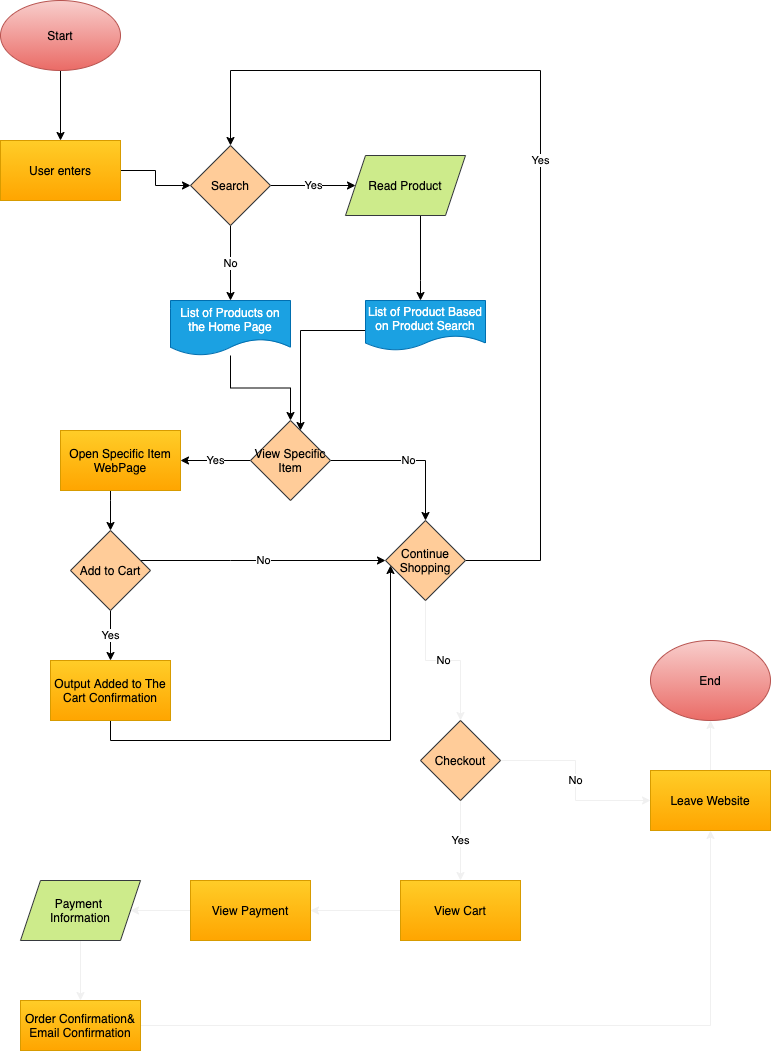
DerekZi/sp21-cse110-lab4 keeps this draw.io diagram as part2/part2.drawio.png. Above is the earlier version. Source tidied: cells renumbered, new cells last; positions are measured from the earlier drawing's top-left corner, leaving out a move shared by most shapes.
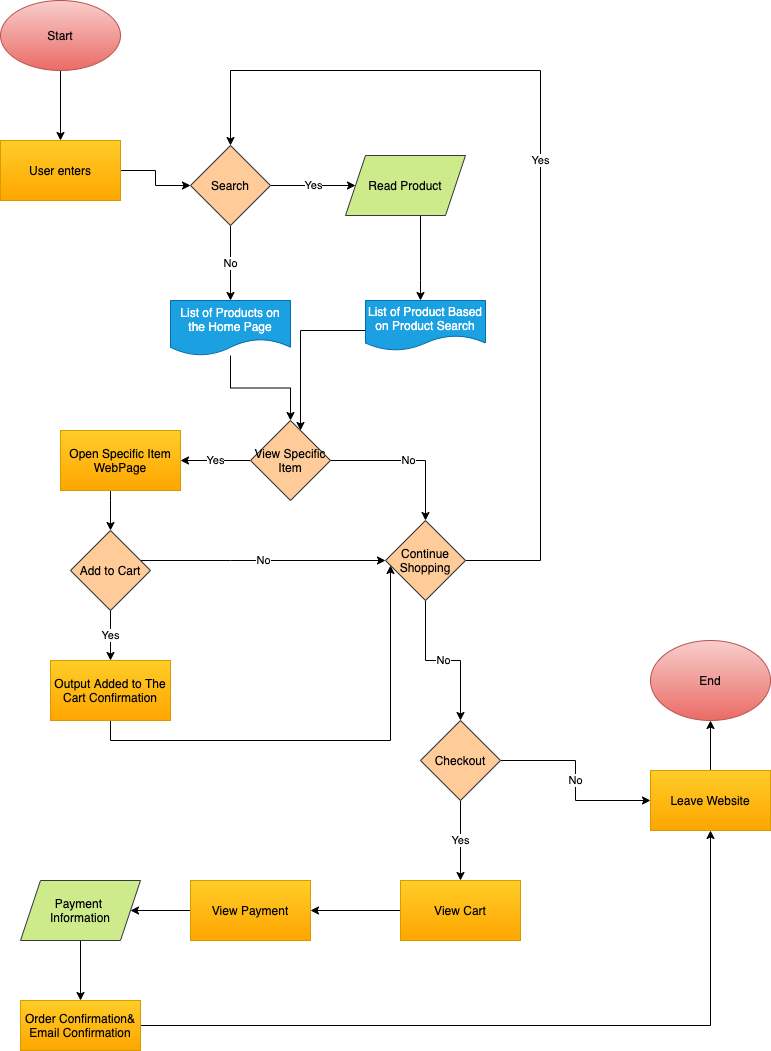
After the commit.

What changed in the source:
```diff
@@ -73,7 +73,7 @@
         </Array>
       </mxGeometry>
     </mxCell>
-    <mxCell id="19" value="No" style="edgeStyle=orthogonalEdgeStyle;rounded=0;jettySize=auto;html=1;exitX=0.5;exitY=1;exitDx=0;exitDy=0;startArrow=none;startFill=0;strokeColor=#f0f0f0;" parent="1" edge="1" source="20" target="30">
+    <mxCell id="19" value="No" style="edgeStyle=orthogonalEdgeStyle;rounded=0;jettySize=auto;html=1;exitX=0.5;exitY=1;exitDx=0;exitDy=0;startArrow=none;startFill=0;strokeColor=#000000;" parent="1" edge="1" source="20" target="30">
       <mxGeometry relative="1" as="geometry" />
     </mxCell>
     <mxCell id="20" value="Continue Shopping" style="rhombus;whiteSpace=wrap;html=1;fillColor=#ffcc99;strokeColor=#36393d;" parent="1" vertex="1">
@@ -110,34 +110,34 @@
     <mxCell id="27" value="Output Added to The Cart Confirmation" style="whiteSpace=wrap;html=1;strokeColor=#d79b00;fillColor=#ffcd28;gradientColor=#ffa500;" parent="1" vertex="1">
       <mxGeometry x="50" y="660" width="120" height="60" as="geometry" />
     </mxCell>
-    <mxCell id="28" value="No" style="edgeStyle=orthogonalEdgeStyle;rounded=0;jettySize=auto;html=1;exitX=1;exitY=0.5;exitDx=0;exitDy=0;startArrow=none;startFill=0;strokeColor=#f0f0f0;" parent="1" edge="1" source="30" target="32">
+    <mxCell id="28" value="No" style="edgeStyle=orthogonalEdgeStyle;rounded=0;jettySize=auto;html=1;exitX=1;exitY=0.5;exitDx=0;exitDy=0;startArrow=none;startFill=0;strokeColor=#000000;" parent="1" edge="1" source="30" target="32">
       <mxGeometry relative="1" as="geometry" />
     </mxCell>
-    <mxCell id="29" value="Yes" style="edgeStyle=orthogonalEdgeStyle;rounded=0;jettySize=auto;html=1;exitX=0.5;exitY=1;exitDx=0;exitDy=0;startArrow=none;startFill=0;strokeColor=#f0f0f0;entryX=0.5;entryY=0;entryDx=0;entryDy=0;" parent="1" edge="1" source="30" target="34">
+    <mxCell id="29" value="Yes" style="edgeStyle=orthogonalEdgeStyle;rounded=0;jettySize=auto;html=1;exitX=0.5;exitY=1;exitDx=0;exitDy=0;startArrow=none;startFill=0;entryX=0.5;entryY=0;entryDx=0;entryDy=0;strokeColor=#000000;" parent="1" edge="1" source="30" target="34">
       <mxGeometry relative="1" as="geometry" />
     </mxCell>
     <mxCell id="30" value="Checkout" style="rhombus;whiteSpace=wrap;html=1;fillColor=#ffcc99;strokeColor=#36393d;" parent="1" vertex="1">
       <mxGeometry x="420" y="720" width="80" height="80" as="geometry" />
     </mxCell>
-    <mxCell id="31" style="edgeStyle=orthogonalEdgeStyle;rounded=0;jettySize=auto;html=1;exitX=0.5;exitY=0;exitDx=0;exitDy=0;startArrow=none;startFill=0;strokeColor=#f0f0f0;" parent="1" edge="1" source="32" target="41">
+    <mxCell id="31" style="edgeStyle=orthogonalEdgeStyle;rounded=0;jettySize=auto;html=1;exitX=0.5;exitY=0;exitDx=0;exitDy=0;startArrow=none;startFill=0;strokeColor=#000000;" parent="1" edge="1" source="32" target="41">
       <mxGeometry relative="1" as="geometry" />
     </mxCell>
     <mxCell id="32" value="Leave Website" style="rounded=0;whiteSpace=wrap;html=1;fillColor=#ffcd28;strokeColor=#d79b00;gradientColor=#ffa500;" parent="1" vertex="1">
       <mxGeometry x="650" y="770" width="120" height="60" as="geometry" />
     </mxCell>
-    <mxCell id="33" style="edgeStyle=orthogonalEdgeStyle;rounded=0;jettySize=auto;html=1;exitX=0;exitY=0.5;exitDx=0;exitDy=0;startArrow=none;startFill=0;strokeColor=#f0f0f0;" parent="1" edge="1" source="34" target="36">
+    <mxCell id="33" style="edgeStyle=orthogonalEdgeStyle;rounded=0;jettySize=auto;html=1;exitX=0;exitY=0.5;exitDx=0;exitDy=0;startArrow=none;startFill=0;strokeColor=#000000;" parent="1" edge="1" source="34" target="36">
       <mxGeometry relative="1" as="geometry" />
     </mxCell>
     <mxCell id="34" value="View Cart" style="rounded=0;whiteSpace=wrap;html=1;gradientColor=#ffa500;fillColor=#ffcd28;strokeColor=#d79b00;" parent="1" vertex="1">
       <mxGeometry x="400" y="880" width="120" height="60" as="geometry" />
     </mxCell>
-    <mxCell id="35" style="edgeStyle=orthogonalEdgeStyle;rounded=0;jettySize=auto;html=1;exitX=0;exitY=0.5;exitDx=0;exitDy=0;startArrow=none;startFill=0;strokeColor=#f0f0f0;" parent="1" edge="1" source="36" target="38">
+    <mxCell id="35" style="edgeStyle=orthogonalEdgeStyle;rounded=0;jettySize=auto;html=1;exitX=0;exitY=0.5;exitDx=0;exitDy=0;startArrow=none;startFill=0;strokeColor=#000000;" parent="1" edge="1" source="36" target="38">
       <mxGeometry relative="1" as="geometry" />
     </mxCell>
     <mxCell id="36" value="View Payment" style="rounded=0;whiteSpace=wrap;html=1;gradientColor=#ffa500;fillColor=#ffcd28;strokeColor=#d79b00;" parent="1" vertex="1">
       <mxGeometry x="190" y="880" width="120" height="60" as="geometry" />
     </mxCell>
-    <mxCell id="37" style="edgeStyle=orthogonalEdgeStyle;rounded=0;jettySize=auto;html=1;exitX=0.5;exitY=1;exitDx=0;exitDy=0;startArrow=none;startFill=0;strokeColor=#f0f0f0;" parent="1" edge="1" source="38">
+    <mxCell id="37" style="edgeStyle=orthogonalEdgeStyle;rounded=0;jettySize=auto;html=1;exitX=0.5;exitY=1;exitDx=0;exitDy=0;startArrow=none;startFill=0;strokeColor=#000000;" parent="1" edge="1" source="38">
       <mxGeometry relative="1" as="geometry">
         <mxPoint x="80" y="1000" as="targetPoint" />
       </mxGeometry>
@@ -145,7 +145,7 @@
     <mxCell id="38" value="Payment&amp;nbsp;&lt;br&gt;Information" style="shape=parallelogram;perimeter=parallelogramPerimeter;whiteSpace=wrap;html=1;fixedSize=1;fillColor=#cdeb8b;strokeColor=#36393d;" parent="1" vertex="1">
       <mxGeometry x="20" y="880" width="120" height="60" as="geometry" />
     </mxCell>
-    <mxCell id="39" style="edgeStyle=orthogonalEdgeStyle;rounded=0;jettySize=auto;html=1;exitX=1;exitY=0.5;exitDx=0;exitDy=0;startArrow=none;startFill=0;strokeColor=#f0f0f0;entryX=0.5;entryY=1;entryDx=0;entryDy=0;" parent="1" edge="1" source="40" target="32">
+    <mxCell id="39" style="edgeStyle=orthogonalEdgeStyle;rounded=0;jettySize=auto;html=1;exitX=1;exitY=0.5;exitDx=0;exitDy=0;startArrow=none;startFill=0;entryX=0.5;entryY=1;entryDx=0;entryDy=0;strokeColor=#000000;" parent="1" edge="1" source="40" target="32">
       <mxGeometry relative="1" as="geometry" />
     </mxCell>
     <mxCell id="40" value="Order Confirmation&amp;amp;&lt;br&gt;Email Confirmation" style="rounded=0;whiteSpace=wrap;html=1;gradientColor=#ffa500;fillColor=#ffcd28;strokeColor=#d79b00;" parent="1" vertex="1">
```
